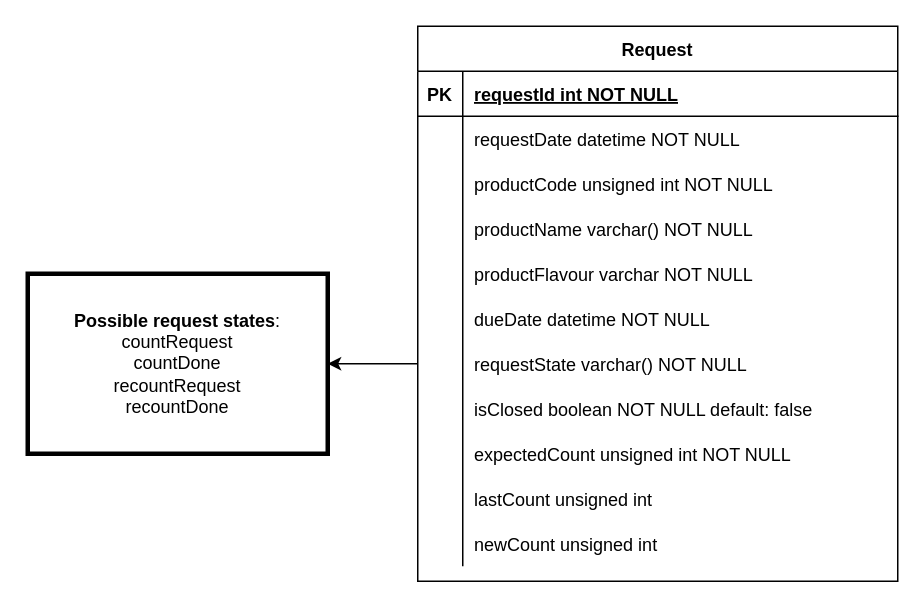
Above: doc/Warehouse product recounter ER diagram.drawio in francescobilotta/Warehouse-request-product-counting (draw.io), before the change. Source tidied: cells renumbered, new cells numbered last; positions are measured from the earlier drawing's top-left corner, leaving out a move shared by most shapes. Both pictures are drawn from the tidied source at 150%, with x=0, y=0 at pixel (27, 26).
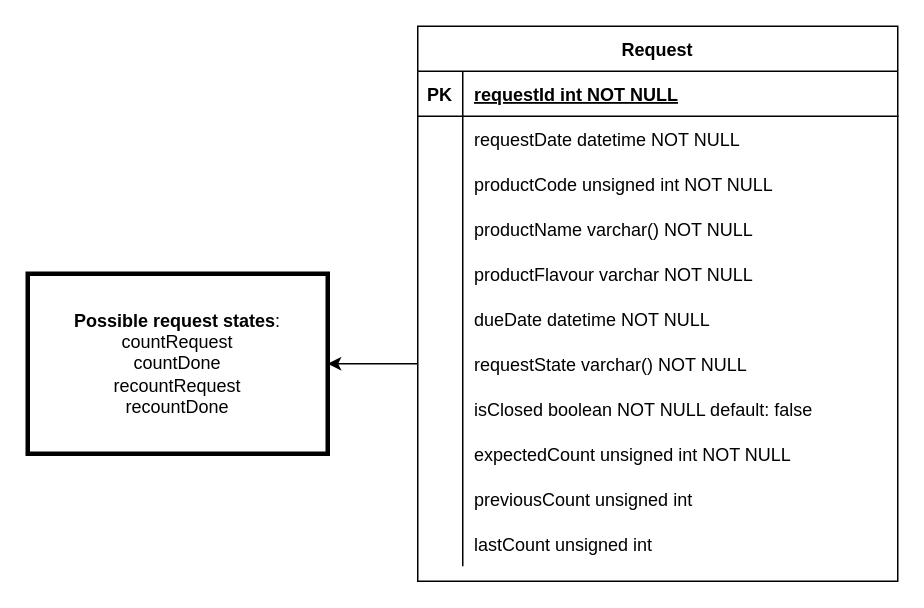
The same diagram, later.

The change refers to these unchanged cells:
```xml
<mxCell id="30" style="shape=partialRectangle;fillColor=none;top=0;left=0;right=0;bottom=0;" parent="2" vertex="1">
  <mxGeometry y="300" width="320" height="30" as="geometry" />
</mxCell>
<mxCell id="33" style="shape=partialRectangle;fillColor=none;top=0;left=0;right=0;bottom=0;" parent="2" vertex="1">
  <mxGeometry y="330" width="320" height="30" as="geometry" />
</mxCell>
```

Diff of the diagram source:
```diff
@@
-    <mxCell id="32" value="lastCount unsigned int" style="shape=partialRectangle;overflow=hidden;fillColor=none;top=0;left=0;bottom=0;right=0;align=left;spacingLeft=6;" parent="30" vertex="1">
+    <mxCell id="32" value="previousCount unsigned int" style="shape=partialRectangle;overflow=hidden;fillColor=none;top=0;left=0;bottom=0;right=0;align=left;spacingLeft=6;" parent="30" vertex="1">
       <mxGeometry x="30" width="290" height="30" as="geometry" />
     </mxCell>
@@
-    <mxCell id="35" value="newCount unsigned int" style="shape=partialRectangle;overflow=hidden;fillColor=none;top=0;left=0;bottom=0;right=0;align=left;spacingLeft=6;" parent="33" vertex="1">
+    <mxCell id="35" value="lastCount unsigned int" style="shape=partialRectangle;overflow=hidden;fillColor=none;top=0;left=0;bottom=0;right=0;align=left;spacingLeft=6;" parent="33" vertex="1">
       <mxGeometry x="30" width="290" height="30" as="geometry" />
     </mxCell>
```
